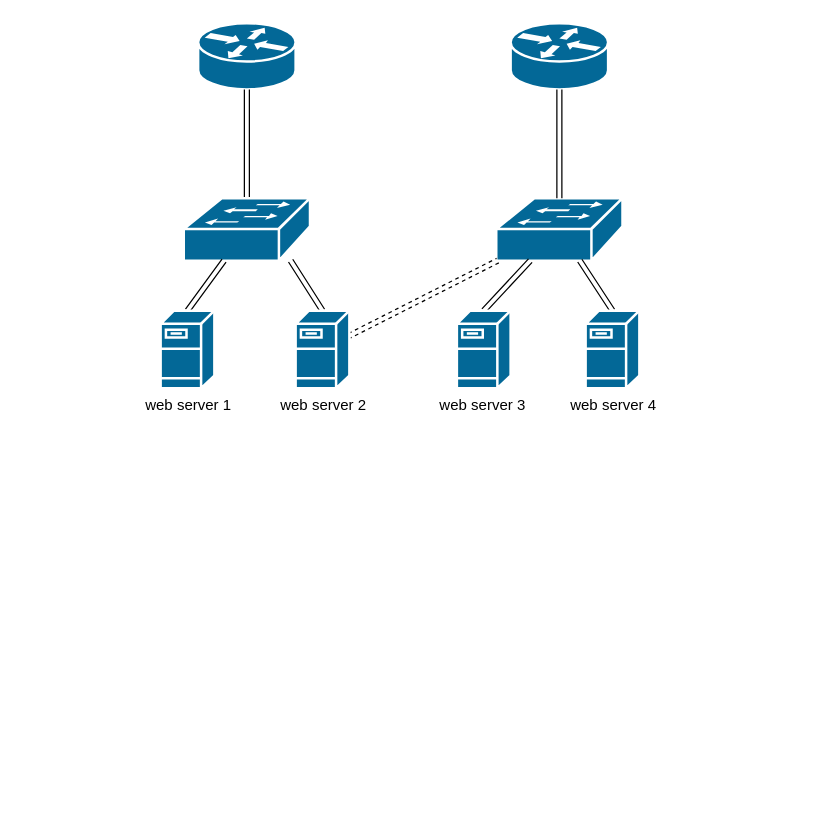
Earlier version of the draw.io diagram csc_web-app-db-3tier.drawio (wbxsxu168/drawio). Source tidied: cells renumbered, new cells numbered last; positions are measured from the earlier drawing's top-left corner, leaving out a move shared by most shapes. Both pictures are drawn from the tidied source at 125%, with x=0, y=0 at pixel (160, 22).
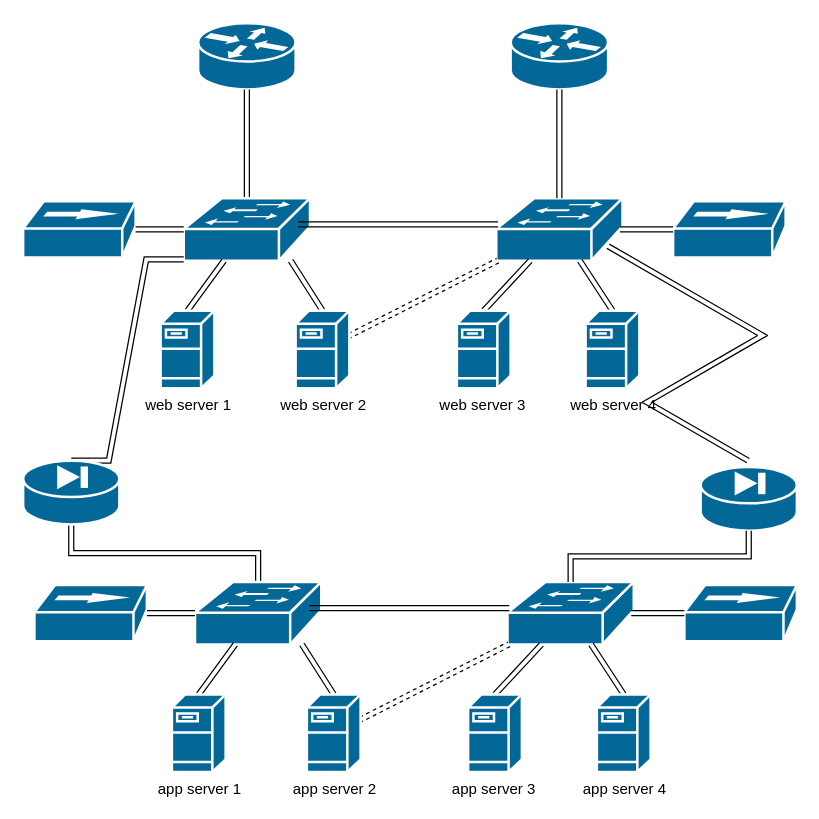
After the change.

The change refers to these unchanged cells:
```xml
<mxCell id="5" style="shape=mxgraph.cisco.switches.workgroup_switch;sketch=0;html=1;dashed=0;fillColor=#036897;strokeColor=#ffffff;strokeWidth=2;verticalLabelPosition=bottom;verticalAlign=top;align=center;outlineConnect=0;" parent="1" vertex="1">
  <mxGeometry x="18.5" y="140" width="101" height="50" as="geometry" />
</mxCell>
<mxCell id="6" style="shape=mxgraph.cisco.switches.workgroup_switch;sketch=0;html=1;dashed=0;fillColor=#036897;strokeColor=#ffffff;strokeWidth=2;verticalLabelPosition=bottom;verticalAlign=top;align=center;outlineConnect=0;" parent="1" vertex="1">
  <mxGeometry x="268.5" y="140" width="101" height="50" as="geometry" />
</mxCell>
```

The edit, as a diff of the source:
```diff
@@
+    <mxCell id="17" style="endArrow=none;html=1;rounded=0;shape=link;" parent="1" edge="1">
+      <mxGeometry relative="1" as="geometry">
+        <mxPoint x="270" y="161" as="sourcePoint" />
+        <mxPoint x="110" y="161" as="targetPoint" />
+        <Array as="points">
+          <mxPoint x="270" y="161" />
+        </Array>
+      </mxGeometry>
+    </mxCell>
+    <mxCell id="18" style="shape=mxgraph.cisco.hubs_and_gateways.100baset_hub;sketch=0;html=1;dashed=0;fillColor=#036897;strokeColor=#ffffff;strokeWidth=2;verticalLabelPosition=bottom;verticalAlign=top;align=center;outlineConnect=0;" parent="1" vertex="1">
+      <mxGeometry x="-110" y="142.5" width="90" height="45" as="geometry" />
+    </mxCell>
+    <mxCell id="19" style="shape=mxgraph.cisco.hubs_and_gateways.100baset_hub;sketch=0;html=1;dashed=0;fillColor=#036897;strokeColor=#ffffff;strokeWidth=2;verticalLabelPosition=bottom;verticalAlign=top;align=center;outlineConnect=0;" parent="1" vertex="1">
+      <mxGeometry x="410" y="142.5" width="90" height="45" as="geometry" />
+    </mxCell>
+    <mxCell id="20" style="edgeStyle=orthogonalEdgeStyle;rounded=0;jettySize=auto;html=1;exitX=0;exitY=0.5;exitDx=0;exitDy=0;exitPerimeter=0;entryX=1;entryY=0.5;entryDx=0;entryDy=0;entryPerimeter=0;shape=link;" parent="1" edge="1" source="5" target="18">
+      <mxGeometry relative="1" as="geometry" />
+    </mxCell>
+    <mxCell id="21" style="edgeStyle=orthogonalEdgeStyle;rounded=0;jettySize=auto;html=1;exitX=0.98;exitY=0.5;exitDx=0;exitDy=0;exitPerimeter=0;entryX=0;entryY=0.5;entryDx=0;entryDy=0;entryPerimeter=0;shape=link;" parent="1" edge="1" source="6" target="19">
+      <mxGeometry relative="1" as="geometry" />
+    </mxCell>
+    <mxCell id="22" style="edgeStyle=orthogonalEdgeStyle;rounded=0;jettySize=auto;html=1;exitX=0.5;exitY=1;exitDx=0;exitDy=0;exitPerimeter=0;shape=link;" parent="1" edge="1" source="24" target="25">
+      <mxGeometry relative="1" as="geometry" />
+    </mxCell>
+    <mxCell id="23" style="edgeStyle=entityRelationEdgeStyle;rounded=0;jettySize=auto;html=1;exitX=0.5;exitY=0;exitDx=0;exitDy=0;exitPerimeter=0;entryX=0;entryY=0.98;entryDx=0;entryDy=0;entryPerimeter=0;shape=link;" parent="1" edge="1" source="24" target="5">
+      <mxGeometry relative="1" as="geometry" />
+    </mxCell>
+    <mxCell id="24" style="shape=mxgraph.cisco.security.pix_firewall;sketch=0;html=1;dashed=0;fillColor=#036897;strokeColor=#ffffff;strokeWidth=2;verticalLabelPosition=bottom;verticalAlign=top;align=center;outlineConnect=0;" parent="1" vertex="1">
+      <mxGeometry x="-110" y="350" width="77" height="51" as="geometry" />
+    </mxCell>
+    <mxCell id="25" style="shape=mxgraph.cisco.switches.workgroup_switch;sketch=0;html=1;dashed=0;fillColor=#036897;strokeColor=#ffffff;strokeWidth=2;verticalLabelPosition=bottom;verticalAlign=top;align=center;outlineConnect=0;" parent="1" vertex="1">
+      <mxGeometry x="27.5" y="447" width="101" height="50" as="geometry" />
+    </mxCell>
+    <mxCell id="26" style="shape=mxgraph.cisco.switches.workgroup_switch;sketch=0;html=1;dashed=0;fillColor=#036897;strokeColor=#ffffff;strokeWidth=2;verticalLabelPosition=bottom;verticalAlign=top;align=center;outlineConnect=0;" parent="1" vertex="1">
+      <mxGeometry x="277.5" y="447" width="101" height="50" as="geometry" />
+    </mxCell>
+    <mxCell id="27" style="rounded=0;jettySize=auto;html=1;exitX=0.5;exitY=0;exitDx=0;exitDy=0;exitPerimeter=0;shape=link;" parent="1" edge="1" source="28" target="25">
+      <mxGeometry relative="1" as="geometry" />
+    </mxCell>
+    <mxCell id="28" value="app server 1" style="shape=mxgraph.cisco.servers.fileserver;sketch=0;html=1;dashed=0;fillColor=#036897;strokeColor=#ffffff;strokeWidth=2;verticalLabelPosition=bottom;verticalAlign=top;align=center;outlineConnect=0;" parent="1" vertex="1">
+      <mxGeometry x="9" y="537" width="43" height="62" as="geometry" />
+    </mxCell>
+    <mxCell id="29" style="rounded=0;jettySize=auto;html=1;exitX=0.5;exitY=0;exitDx=0;exitDy=0;exitPerimeter=0;shape=link;" parent="1" edge="1" source="30" target="26">
+      <mxGeometry relative="1" as="geometry" />
+    </mxCell>
+    <mxCell id="30" value="app server 3&amp;nbsp;" style="shape=mxgraph.cisco.servers.fileserver;sketch=0;html=1;dashed=0;fillColor=#036897;strokeColor=#ffffff;strokeWidth=2;verticalLabelPosition=bottom;verticalAlign=top;align=center;outlineConnect=0;" parent="1" vertex="1">
+      <mxGeometry x="246" y="537" width="43" height="62" as="geometry" />
+    </mxCell>
+    <mxCell id="31" style="rounded=0;jettySize=auto;html=1;exitX=0.5;exitY=0;exitDx=0;exitDy=0;exitPerimeter=0;shape=link;" parent="1" edge="1" source="33">
+      <mxGeometry relative="1" as="geometry">
+        <mxPoint x="113" y="497" as="targetPoint" />
+      </mxGeometry>
+    </mxCell>
+    <mxCell id="32" style="rounded=0;jettySize=auto;html=1;shape=link;dashed=1;" parent="1" edge="1" source="33" target="26">
+      <mxGeometry relative="1" as="geometry" />
+    </mxCell>
+    <mxCell id="33" value="app server 2" style="shape=mxgraph.cisco.servers.fileserver;sketch=0;html=1;dashed=0;fillColor=#036897;strokeColor=#ffffff;strokeWidth=2;verticalLabelPosition=bottom;verticalAlign=top;align=center;outlineConnect=0;" parent="1" vertex="1">
+      <mxGeometry x="117" y="537" width="43" height="62" as="geometry" />
+    </mxCell>
+    <mxCell id="34" style="rounded=0;jettySize=auto;html=1;exitX=0.5;exitY=0;exitDx=0;exitDy=0;exitPerimeter=0;shape=link;" parent="1" edge="1" source="35" target="26">
+      <mxGeometry relative="1" as="geometry" />
+    </mxCell>
+    <mxCell id="35" value="app server 4" style="shape=mxgraph.cisco.servers.fileserver;sketch=0;html=1;dashed=0;fillColor=#036897;strokeColor=#ffffff;strokeWidth=2;verticalLabelPosition=bottom;verticalAlign=top;align=center;outlineConnect=0;" parent="1" vertex="1">
+      <mxGeometry x="349" y="537" width="43" height="62" as="geometry" />
+    </mxCell>
+    <mxCell id="36" style="endArrow=none;html=1;rounded=0;shape=link;" parent="1" edge="1">
+      <mxGeometry relative="1" as="geometry">
+        <mxPoint x="279" y="468" as="sourcePoint" />
+        <mxPoint x="119" y="468" as="targetPoint" />
+        <Array as="points">
+          <mxPoint x="279" y="468" />
+        </Array>
+      </mxGeometry>
+    </mxCell>
+    <mxCell id="37" style="shape=mxgraph.cisco.hubs_and_gateways.100baset_hub;sketch=0;html=1;dashed=0;fillColor=#036897;strokeColor=#ffffff;strokeWidth=2;verticalLabelPosition=bottom;verticalAlign=top;align=center;outlineConnect=0;" parent="1" vertex="1">
+      <mxGeometry x="-101" y="449.5" width="90" height="45" as="geometry" />
+    </mxCell>
+    <mxCell id="38" style="shape=mxgraph.cisco.hubs_and_gateways.100baset_hub;sketch=0;html=1;dashed=0;fillColor=#036897;strokeColor=#ffffff;strokeWidth=2;verticalLabelPosition=bottom;verticalAlign=top;align=center;outlineConnect=0;" parent="1" vertex="1">
+      <mxGeometry x="419" y="449.5" width="90" height="45" as="geometry" />
+    </mxCell>
+    <mxCell id="39" style="edgeStyle=orthogonalEdgeStyle;rounded=0;jettySize=auto;html=1;exitX=0;exitY=0.5;exitDx=0;exitDy=0;exitPerimeter=0;entryX=1;entryY=0.5;entryDx=0;entryDy=0;entryPerimeter=0;shape=link;" parent="1" edge="1" source="25" target="37">
+      <mxGeometry relative="1" as="geometry" />
+    </mxCell>
+    <mxCell id="40" style="edgeStyle=orthogonalEdgeStyle;rounded=0;jettySize=auto;html=1;exitX=0.98;exitY=0.5;exitDx=0;exitDy=0;exitPerimeter=0;entryX=0;entryY=0.5;entryDx=0;entryDy=0;entryPerimeter=0;shape=link;" parent="1" edge="1" source="26" target="38">
+      <mxGeometry relative="1" as="geometry" />
+    </mxCell>
+    <mxCell id="41" style="edgeStyle=isometricEdgeStyle;rounded=0;orthogonalLoop=1;jettySize=auto;html=1;elbow=vertical;shape=link;" parent="1" edge="1">
+      <mxGeometry relative="1" as="geometry">
+        <mxPoint x="470" y="350" as="sourcePoint" />
+        <mxPoint x="358" y="178.5" as="targetPoint" />
+        <Array as="points">
+          <mxPoint x="458" y="263.5" />
+        </Array>
+      </mxGeometry>
+    </mxCell>
+    <mxCell id="42" style="shape=mxgraph.cisco.security.pix_firewall;sketch=0;html=1;dashed=0;fillColor=#036897;strokeColor=#ffffff;strokeWidth=2;verticalLabelPosition=bottom;verticalAlign=top;align=center;outlineConnect=0;" parent="1" vertex="1">
+      <mxGeometry x="432" y="355" width="77" height="51" as="geometry" />
+    </mxCell>
+    <mxCell id="43" style="edgeStyle=orthogonalEdgeStyle;rounded=0;jettySize=auto;html=1;exitX=0.5;exitY=1;exitDx=0;exitDy=0;exitPerimeter=0;entryX=0.5;entryY=0;entryDx=0;entryDy=0;entryPerimeter=0;shape=link;" parent="1" edge="1" source="42" target="26">
+      <mxGeometry relative="1" as="geometry" />
+    </mxCell>
```
